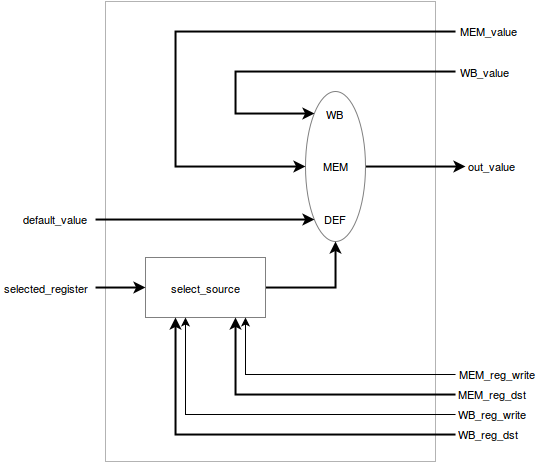
mathiasose/TDT4255 keeps this draw.io diagram as ex2/report/img/fwd_mux.png. Above is the earlier version. Source tidied: cells renumbered, new cells last; positions are measured from the earlier drawing's top-left corner, leaving out a move shared by most shapes.
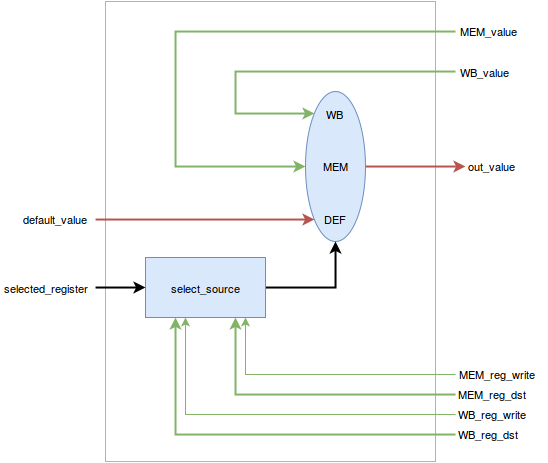
Above is the later version.

What changed in the source:
```diff
@@ -5,15 +5,15 @@
     <mxCell id="2" style="whiteSpace=wrap;html=1;strokeColor=#B3B3B3;fillColor=none;fontSize=11;align=center;" parent="1" vertex="1">
       <mxGeometry x="104" width="330" height="460" as="geometry" />
     </mxCell>
-    <mxCell id="3" style="edgeStyle=orthogonalEdgeStyle;rounded=0;html=1;exitX=1;exitY=0.5;startArrow=none;startFill=0;strokeColor=#000000;strokeWidth=2;fontSize=11;" parent="1" edge="1" source="4">
+    <mxCell id="3" style="edgeStyle=orthogonalEdgeStyle;rounded=0;html=1;exitX=1;exitY=0.5;startArrow=none;startFill=0;strokeWidth=2;fontSize=11;plain-red;" parent="1" edge="1" source="4">
       <mxGeometry relative="1" as="geometry">
         <mxPoint x="464" y="165" as="targetPoint" />
       </mxGeometry>
     </mxCell>
-    <mxCell id="4" value="WB&lt;br&gt;&lt;br&gt;&lt;br&gt;&lt;br&gt;MEM&lt;br&gt;&lt;br&gt;&lt;br&gt;&lt;br&gt;DEF&lt;br&gt;" style="ellipse;whiteSpace=wrap;html=1;strokeColor=#808080;fillColor=none;fontSize=11;align=center;" parent="1" vertex="1">
+    <mxCell id="4" value="WB&lt;br&gt;&lt;br&gt;&lt;br&gt;&lt;br&gt;MEM&lt;br&gt;&lt;br&gt;&lt;br&gt;&lt;br&gt;DEF&lt;br&gt;" style="ellipse;whiteSpace=wrap;html=1;fontSize=11;align=center;plain-blue;gradientColor=none;" parent="1" vertex="1">
       <mxGeometry x="304" y="90" width="60" height="150" as="geometry" />
     </mxCell>
-    <mxCell id="5" style="endArrow=classic;html=1;strokeColor=#000000;strokeWidth=2;fontSize=11;entryX=0;entryY=0;rounded=0;edgeStyle=orthogonalEdgeStyle;" parent="1" edge="1" target="4">
+    <mxCell id="5" style="endArrow=classic;html=1;strokeWidth=2;fontSize=11;entryX=0;entryY=0;rounded=0;edgeStyle=orthogonalEdgeStyle;plain-green;" parent="1" edge="1" target="4">
       <mxGeometry relative="1" as="geometry">
         <mxPoint x="454" y="70" as="sourcePoint" />
         <Array as="points">
@@ -22,7 +22,7 @@
         </Array>
       </mxGeometry>
     </mxCell>
-    <mxCell id="6" style="endArrow=classic;html=1;strokeColor=#000000;strokeWidth=2;fontSize=11;entryX=0;entryY=0.5;rounded=0;edgeStyle=orthogonalEdgeStyle;" parent="1" edge="1" target="4">
+    <mxCell id="6" style="endArrow=classic;html=1;strokeWidth=2;fontSize=11;entryX=0;entryY=0.5;rounded=0;edgeStyle=orthogonalEdgeStyle;plain-green;" parent="1" edge="1" target="4">
       <mxGeometry x="471" y="280" as="geometry">
         <mxPoint x="454" y="30" as="sourcePoint" />
         <Array as="points">
@@ -31,7 +31,7 @@
         </Array>
       </mxGeometry>
     </mxCell>
-    <mxCell id="7" style="endArrow=classic;html=1;strokeColor=#000000;strokeWidth=2;fontSize=11;entryX=0;entryY=1;" parent="1" edge="1" target="4">
+    <mxCell id="7" style="endArrow=classic;html=1;strokeWidth=2;fontSize=11;entryX=0;entryY=1;plain-red;" parent="1" edge="1" target="4">
       <mxGeometry x="480" y="320" as="geometry">
         <mxPoint x="94" y="218" as="sourcePoint" />
       </mxGeometry>
@@ -39,7 +39,7 @@
     <mxCell id="8" style="edgeStyle=orthogonalEdgeStyle;rounded=0;html=1;exitX=1;exitY=0.5;entryX=0.5;entryY=1;startArrow=none;startFill=0;strokeColor=#000000;strokeWidth=2;fontSize=11;" parent="1" edge="1" source="9" target="4">
       <mxGeometry relative="1" as="geometry" />
     </mxCell>
-    <mxCell id="9" value="&lt;span&gt;&lt;span&gt;select_source&lt;/span&gt;&lt;/span&gt;" style="whiteSpace=wrap;html=1;strokeColor=#808080;fillColor=none;fontSize=11;align=center;" parent="1" vertex="1">
+    <mxCell id="9" value="&lt;span&gt;&lt;span&gt;select_source&lt;/span&gt;&lt;/span&gt;" style="whiteSpace=wrap;html=1;fontSize=11;align=center;plain-blue;gradientColor=none;" parent="1" vertex="1">
       <mxGeometry x="144" y="256" width="120" height="60" as="geometry" />
     </mxCell>
     <mxCell id="10" style="endArrow=classic;html=1;strokeColor=#000000;strokeWidth=2;fontSize=11;entryX=0;entryY=0.5;" parent="1" edge="1" target="9">
@@ -47,12 +47,12 @@
         <mxPoint x="94" y="286" as="sourcePoint" />
       </mxGeometry>
     </mxCell>
-    <mxCell id="11" style="endArrow=classic;html=1;strokeColor=#000000;strokeWidth=2;fontSize=11;entryX=0.25;entryY=1;rounded=0;edgeStyle=orthogonalEdgeStyle;" parent="1" edge="1" target="9">
+    <mxCell id="11" style="endArrow=classic;html=1;strokeWidth=2;fontSize=11;entryX=0.25;entryY=1;rounded=0;edgeStyle=orthogonalEdgeStyle;plain-green;" parent="1" edge="1" target="9">
       <mxGeometry x="320" y="512" as="geometry">
         <mxPoint x="454" y="433" as="sourcePoint" />
       </mxGeometry>
     </mxCell>
-    <mxCell id="12" style="endArrow=classic;html=1;strokeColor=#000000;strokeWidth=2;fontSize=11;entryX=0.75;entryY=1;rounded=0;edgeStyle=orthogonalEdgeStyle;" parent="1" edge="1" target="9">
+    <mxCell id="12" style="endArrow=classic;html=1;strokeWidth=2;fontSize=11;entryX=0.75;entryY=1;rounded=0;edgeStyle=orthogonalEdgeStyle;plain-green;" parent="1" edge="1" target="9">
       <mxGeometry x="370" y="512" as="geometry">
         <mxPoint x="454" y="393" as="sourcePoint" />
         <Array as="points">
@@ -61,13 +61,13 @@
         </Array>
       </mxGeometry>
     </mxCell>
-    <mxCell id="13" style="endArrow=classic;html=1;strokeColor=#000000;strokeWidth=1;fontSize=11;entryX=0.25;entryY=1;rounded=0;edgeStyle=orthogonalEdgeStyle;" parent="1" edge="1">
+    <mxCell id="13" style="endArrow=classic;html=1;strokeWidth=1;fontSize=11;entryX=0.25;entryY=1;rounded=0;edgeStyle=orthogonalEdgeStyle;plain-green;" parent="1" edge="1">
       <mxGeometry x="330" y="512" as="geometry">
         <mxPoint x="454" y="413" as="sourcePoint" />
         <mxPoint x="184" y="316" as="targetPoint" />
       </mxGeometry>
     </mxCell>
-    <mxCell id="14" style="endArrow=classic;html=1;strokeColor=#000000;strokeWidth=1;fontSize=11;entryX=0.25;entryY=1;edgeStyle=orthogonalEdgeStyle;rounded=0;" parent="1" edge="1">
+    <mxCell id="14" style="endArrow=classic;html=1;strokeWidth=1;fontSize=11;entryX=0.25;entryY=1;edgeStyle=orthogonalEdgeStyle;rounded=0;plain-green;" parent="1" edge="1">
       <mxGeometry x="390" y="512" as="geometry">
         <mxPoint x="454" y="373" as="sourcePoint" />
         <mxPoint x="244" y="316" as="targetPoint" />
```
